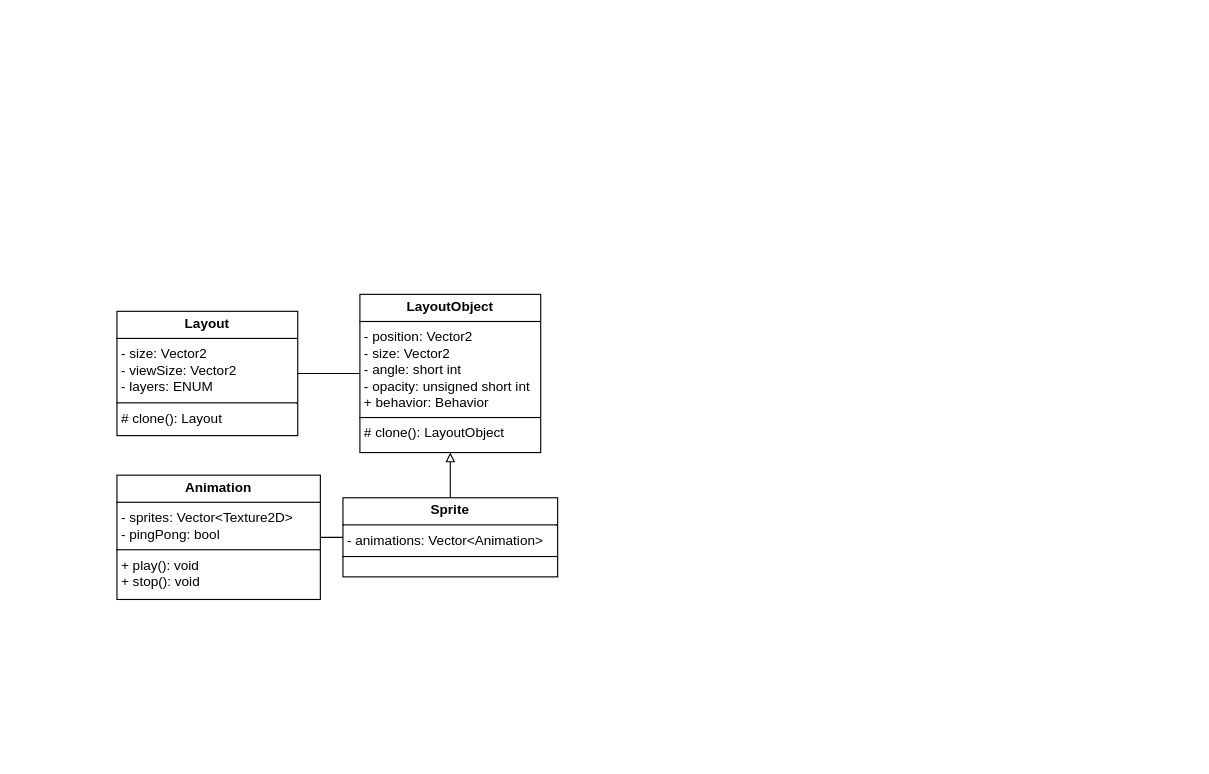
Earlier version of the draw.io diagram docs/class_diagram.drawio (KayoBS/Poti-Framework). Source tidied: cells renumbered, new cells numbered last; positions are measured from the earlier drawing's top-left corner, leaving out a move shared by most shapes. Both pictures are drawn from the tidied source at 113%, with x=0, y=0 at pixel (116, 294).
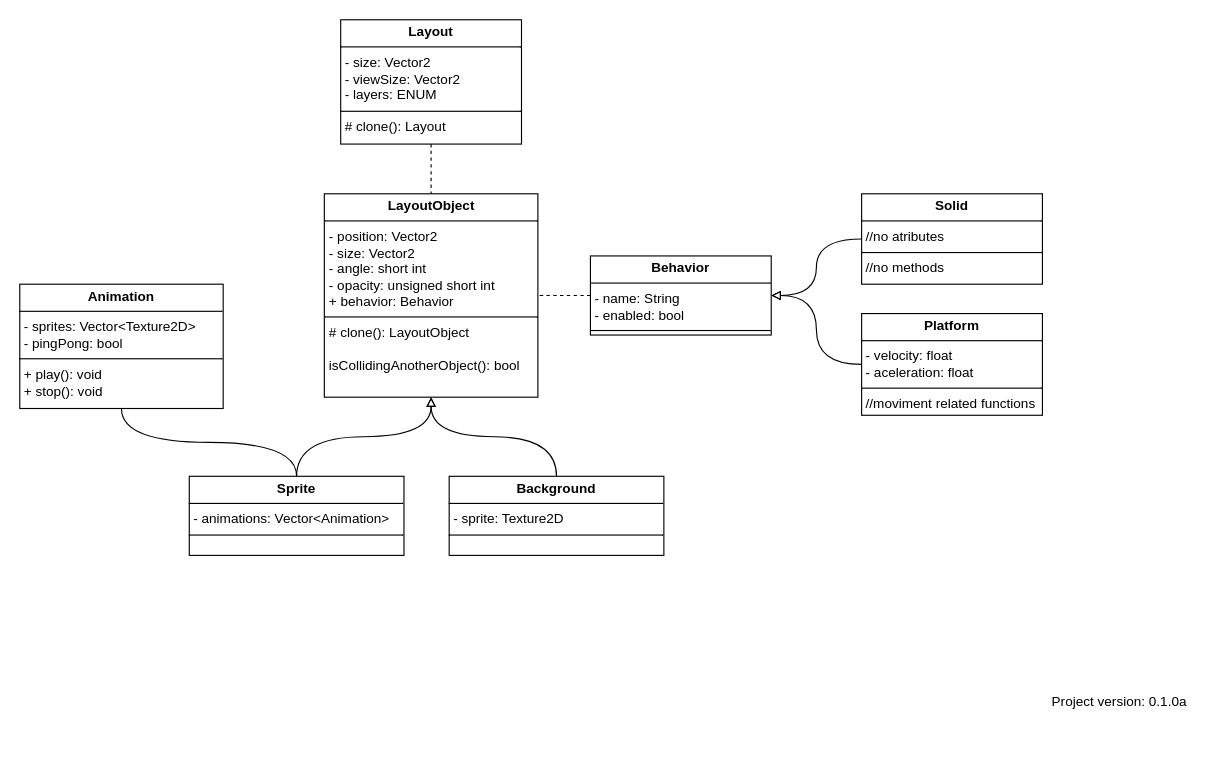
The same page after the edit.

Commit message:
Atualização do diagrama de classes do projeto

Diff of the diagram source:
```diff
@@
 <mxGraphModel>
   <root>
     <mxCell id="0" />
     <mxCell id="1" parent="0" />
     <mxCell id="2" style="edgeStyle=orthogonalEdgeStyle;rounded=0;jettySize=auto;html=1;curved=1;endArrow=block;endFill=0;" parent="1" edge="1" source="3" target="4">
       <mxGeometry relative="1" as="geometry" />
     </mxCell>
     <mxCell id="3" value="&lt;p style=&quot;margin:0px;margin-top:4px;text-align:center;&quot;&gt;&lt;b&gt;Sprite&lt;/b&gt;&lt;/p&gt;&lt;hr size=&quot;1&quot; style=&quot;border-style:solid;&quot;&gt;&lt;p style=&quot;margin:0px;margin-left:4px;&quot;&gt;- animations: Vector&amp;lt;Animation&amp;gt;&lt;/p&gt;&lt;hr size=&quot;1&quot; style=&quot;border-style:solid;&quot;&gt;&lt;p style=&quot;margin:0px;margin-left:4px;&quot;&gt;&lt;br&gt;&lt;/p&gt;" style="verticalAlign=top;align=left;overflow=fill;html=1;whiteSpace=wrap;" parent="1" vertex="1">
-      <mxGeometry x="200" y="180" width="190" height="70" as="geometry" />
+      <mxGeometry x="64" y="161" width="190" height="70" as="geometry" />
     </mxCell>
-    <mxCell id="4" value="&lt;p style=&quot;margin:0px;margin-top:4px;text-align:center;&quot;&gt;&lt;b&gt;LayoutObject&lt;/b&gt;&lt;/p&gt;&lt;hr size=&quot;1&quot; style=&quot;border-style:solid;&quot;&gt;&lt;p style=&quot;margin:0px;margin-left:4px;&quot;&gt;- position: Vector2&lt;/p&gt;&lt;p style=&quot;margin:0px;margin-left:4px;&quot;&gt;- size: Vector2&lt;/p&gt;&lt;p style=&quot;margin:0px;margin-left:4px;&quot;&gt;- angle: short int&lt;/p&gt;&lt;p style=&quot;margin:0px;margin-left:4px;&quot;&gt;- opacity: unsigned short int&lt;/p&gt;&lt;p style=&quot;margin:0px;margin-left:4px;&quot;&gt;+ behavior: Behavior&lt;/p&gt;&lt;hr size=&quot;1&quot; style=&quot;border-style:solid;&quot;&gt;&lt;p style=&quot;margin:0px;margin-left:4px;&quot;&gt;# clone(): LayoutObject&lt;/p&gt;" style="verticalAlign=top;align=left;overflow=fill;html=1;whiteSpace=wrap;" parent="1" vertex="1">
-      <mxGeometry x="215" width="160" height="140" as="geometry" />
+    <mxCell id="4" value="&lt;p style=&quot;margin:0px;margin-top:4px;text-align:center;&quot;&gt;&lt;b&gt;LayoutObject&lt;/b&gt;&lt;/p&gt;&lt;hr size=&quot;1&quot; style=&quot;border-style:solid;&quot;&gt;&lt;p style=&quot;margin:0px;margin-left:4px;&quot;&gt;- position: Vector2&lt;/p&gt;&lt;p style=&quot;margin:0px;margin-left:4px;&quot;&gt;- size: Vector2&lt;/p&gt;&lt;p style=&quot;margin:0px;margin-left:4px;&quot;&gt;- angle: short int&lt;/p&gt;&lt;p style=&quot;margin:0px;margin-left:4px;&quot;&gt;- opacity: unsigned short int&lt;/p&gt;&lt;p style=&quot;margin:0px;margin-left:4px;&quot;&gt;+ behavior: Behavior&lt;/p&gt;&lt;hr size=&quot;1&quot; style=&quot;border-style:solid;&quot;&gt;&lt;p style=&quot;margin:0px;margin-left:4px;&quot;&gt;# clone(): LayoutObject&lt;/p&gt;&lt;p style=&quot;margin:0px;margin-left:4px;&quot;&gt;&lt;br&gt;&lt;/p&gt;&lt;p style=&quot;margin:0px;margin-left:4px;&quot;&gt;isCollidingAnotherObject(): bool&lt;/p&gt;" style="verticalAlign=top;align=left;overflow=fill;html=1;whiteSpace=wrap;" parent="1" vertex="1">
+      <mxGeometry x="183.5" y="-89" width="189" height="180" as="geometry" />
     </mxCell>
     <mxCell id="5" style="edgeStyle=orthogonalEdgeStyle;rounded=0;jettySize=auto;html=1;curved=1;endArrow=none;endFill=0;" parent="1" edge="1" source="6" target="3">
       <mxGeometry relative="1" as="geometry" />
     </mxCell>
     <mxCell id="6" value="&lt;p style=&quot;margin:0px;margin-top:4px;text-align:center;&quot;&gt;&lt;b&gt;Animation&lt;/b&gt;&lt;/p&gt;&lt;hr size=&quot;1&quot; style=&quot;border-style:solid;&quot;&gt;&lt;p style=&quot;margin:0px;margin-left:4px;&quot;&gt;- sprites: Vector&amp;lt;Texture2D&amp;gt;&lt;/p&gt;&lt;p style=&quot;margin:0px;margin-left:4px;&quot;&gt;- pingPong: bool&lt;/p&gt;&lt;hr size=&quot;1&quot; style=&quot;border-style:solid;&quot;&gt;&lt;p style=&quot;margin:0px;margin-left:4px;&quot;&gt;+ play(): void&lt;/p&gt;&lt;p style=&quot;margin:0px;margin-left:4px;&quot;&gt;+ stop(): void&lt;/p&gt;" style="verticalAlign=top;align=left;overflow=fill;html=1;whiteSpace=wrap;" parent="1" vertex="1">
-      <mxGeometry y="160" width="180" height="110" as="geometry" />
+      <mxGeometry x="-86" y="-9" width="180" height="110" as="geometry" />
     </mxCell>
-    <mxCell id="7" style="edgeStyle=orthogonalEdgeStyle;rounded=0;jettySize=auto;html=1;fontFamily=Helvetica;fontSize=12;fontColor=default;curved=1;endArrow=none;endFill=0;" parent="1" edge="1" source="8" target="4">
+    <mxCell id="7" style="edgeStyle=orthogonalEdgeStyle;rounded=0;jettySize=auto;html=1;fontFamily=Helvetica;fontSize=12;fontColor=default;curved=1;endArrow=none;endFill=0;dashed=1;" parent="1" edge="1" source="8" target="4">
       <mxGeometry relative="1" as="geometry" />
     </mxCell>
     <mxCell id="8" value="&lt;p style=&quot;margin:0px;margin-top:4px;text-align:center;&quot;&gt;&lt;b&gt;Layout&lt;/b&gt;&lt;/p&gt;&lt;hr size=&quot;1&quot; style=&quot;border-style:solid;&quot;&gt;&lt;p style=&quot;margin:0px;margin-left:4px;&quot;&gt;&lt;span style=&quot;background-color: transparent; color: light-dark(rgb(0, 0, 0), rgb(255, 255, 255));&quot;&gt;- size: Vector2&lt;/span&gt;&lt;/p&gt;&lt;p style=&quot;margin:0px;margin-left:4px;&quot;&gt;&lt;span style=&quot;background-color: transparent; color: light-dark(rgb(0, 0, 0), rgb(255, 255, 255));&quot;&gt;- viewSize: Vector2&lt;/span&gt;&lt;/p&gt;&lt;p style=&quot;margin:0px;margin-left:4px;&quot;&gt;- layers: ENUM&lt;br&gt;&lt;/p&gt;&lt;hr size=&quot;1&quot; style=&quot;border-style:solid;&quot;&gt;&lt;p style=&quot;margin:0px;margin-left:4px;&quot;&gt;# clone(): Layout&lt;/p&gt;" style="verticalAlign=top;align=left;overflow=fill;html=1;whiteSpace=wrap;" parent="1" vertex="1">
-      <mxGeometry y="15" width="160" height="110" as="geometry" />
+      <mxGeometry x="198" y="-243" width="160" height="110" as="geometry" />
     </mxCell>
+    <mxCell id="9" style="edgeStyle=orthogonalEdgeStyle;rounded=0;jettySize=auto;html=1;curved=1;endArrow=block;endFill=0;" parent="1" edge="1" source="10" target="4">
+      <mxGeometry relative="1" as="geometry" />
+    </mxCell>
+    <mxCell id="10" value="&lt;p style=&quot;margin:0px;margin-top:4px;text-align:center;&quot;&gt;&lt;b&gt;Background&lt;/b&gt;&lt;/p&gt;&lt;hr size=&quot;1&quot; style=&quot;border-style:solid;&quot;&gt;&lt;p style=&quot;margin:0px;margin-left:4px;&quot;&gt;- sprite: Texture2D&lt;/p&gt;&lt;hr size=&quot;1&quot; style=&quot;border-style:solid;&quot;&gt;&lt;p style=&quot;margin:0px;margin-left:4px;&quot;&gt;&lt;br&gt;&lt;/p&gt;" style="verticalAlign=top;align=left;overflow=fill;html=1;whiteSpace=wrap;" parent="1" vertex="1">
+      <mxGeometry x="294" y="161" width="190" height="70" as="geometry" />
+    </mxCell>
+    <mxCell id="11" style="edgeStyle=orthogonalEdgeStyle;rounded=0;jettySize=auto;html=1;curved=1;endArrow=none;endFill=0;dashed=1;" parent="1" edge="1" source="12" target="4">
+      <mxGeometry relative="1" as="geometry" />
+    </mxCell>
+    <mxCell id="12" value="&lt;p style=&quot;margin:0px;margin-top:4px;text-align:center;&quot;&gt;&lt;b&gt;Behavior&lt;/b&gt;&lt;/p&gt;&lt;hr size=&quot;1&quot; style=&quot;border-style:solid;&quot;&gt;&lt;p style=&quot;margin:0px;margin-left:4px;&quot;&gt;- name: String&lt;br&gt;&lt;/p&gt;&lt;p style=&quot;margin:0px;margin-left:4px;&quot;&gt;- enabled: bool&lt;/p&gt;&lt;hr size=&quot;1&quot; style=&quot;border-style:solid;&quot;&gt;&lt;p style=&quot;margin:0px;margin-left:4px;&quot;&gt;&lt;br&gt;&lt;/p&gt;" style="verticalAlign=top;align=left;overflow=fill;html=1;whiteSpace=wrap;" parent="1" vertex="1">
+      <mxGeometry x="419" y="-34" width="160" height="70" as="geometry" />
+    </mxCell>
+    <mxCell id="13" style="edgeStyle=orthogonalEdgeStyle;rounded=0;jettySize=auto;html=1;curved=1;endArrow=block;endFill=0;" parent="1" edge="1" source="14" target="12">
+      <mxGeometry relative="1" as="geometry" />
+    </mxCell>
+    <mxCell id="14" value="&lt;p style=&quot;margin:0px;margin-top:4px;text-align:center;&quot;&gt;&lt;b&gt;Platform&lt;/b&gt;&lt;/p&gt;&lt;hr size=&quot;1&quot; style=&quot;border-style:solid;&quot;&gt;&lt;p style=&quot;margin:0px;margin-left:4px;&quot;&gt;- velocity: float&lt;br&gt;&lt;/p&gt;&lt;p style=&quot;margin:0px;margin-left:4px;&quot;&gt;- aceleration: float&lt;/p&gt;&lt;hr size=&quot;1&quot; style=&quot;border-style:solid;&quot;&gt;&lt;p style=&quot;margin:0px;margin-left:4px;&quot;&gt;//moviment related functions&lt;/p&gt;" style="verticalAlign=top;align=left;overflow=fill;html=1;whiteSpace=wrap;" parent="1" vertex="1">
+      <mxGeometry x="659" y="17" width="160" height="90" as="geometry" />
+    </mxCell>
+    <mxCell id="15" style="edgeStyle=orthogonalEdgeStyle;rounded=0;jettySize=auto;html=1;curved=1;endArrow=block;endFill=0;" parent="1" edge="1" source="16" target="12">
+      <mxGeometry relative="1" as="geometry" />
+    </mxCell>
+    <mxCell id="16" value="&lt;p style=&quot;margin:0px;margin-top:4px;text-align:center;&quot;&gt;&lt;b&gt;Solid&lt;/b&gt;&lt;/p&gt;&lt;hr size=&quot;1&quot; style=&quot;border-style:solid;&quot;&gt;&lt;p style=&quot;margin:0px;margin-left:4px;&quot;&gt;//no atributes&lt;/p&gt;&lt;hr size=&quot;1&quot; style=&quot;border-style:solid;&quot;&gt;&lt;p style=&quot;margin:0px;margin-left:4px;&quot;&gt;//no methods&lt;/p&gt;" style="verticalAlign=top;align=left;overflow=fill;html=1;whiteSpace=wrap;" parent="1" vertex="1">
+      <mxGeometry x="659" y="-89" width="160" height="80" as="geometry" />
+    </mxCell>
+    <mxCell id="17" value="Project version: 0.1.0a" style="text;html=1;whiteSpace=wrap;strokeColor=none;fillColor=none;align=right;verticalAlign=top;rounded=0;" parent="1" vertex="1">
+      <mxGeometry x="792" y="347" width="157" height="60" as="geometry" />
+    </mxCell>
   </root>
 </mxGraphModel>
```
